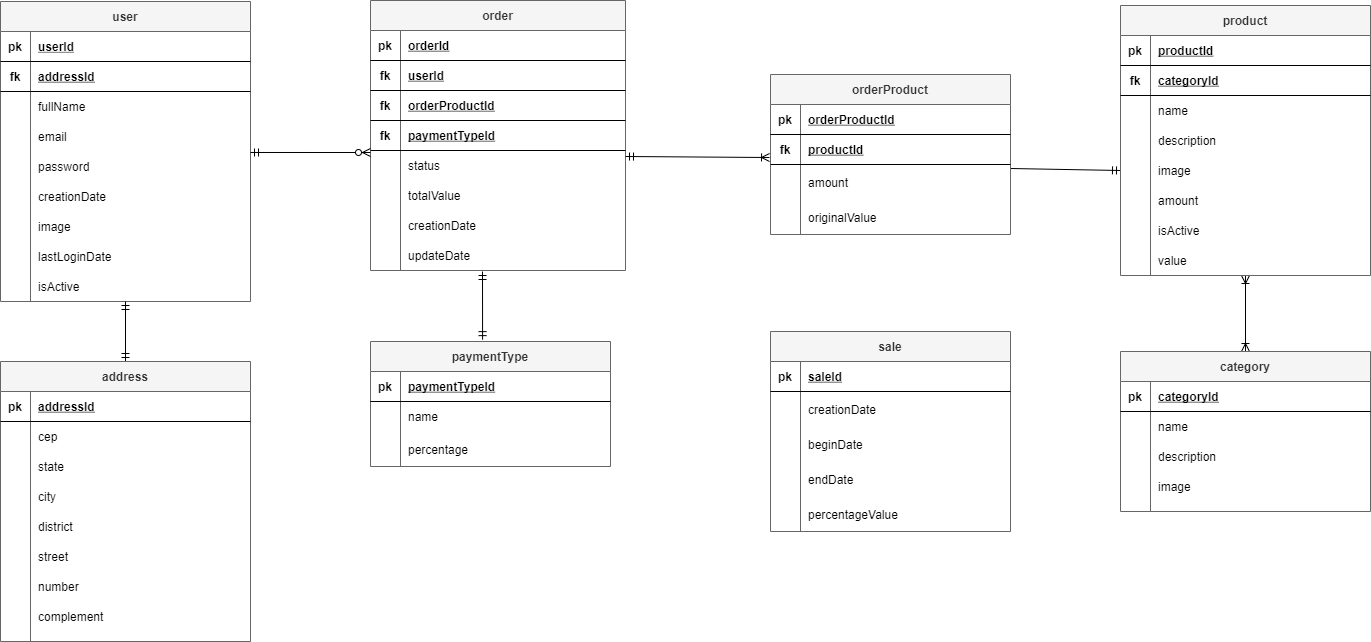
Earlier version of the draw.io export documents/diagrama.png (AdrianaMendes/tcc2-backend). Source tidied: cells renumbered, new cells last; positions are measured from the earlier drawing's top-left corner, leaving out a move shared by most shapes.
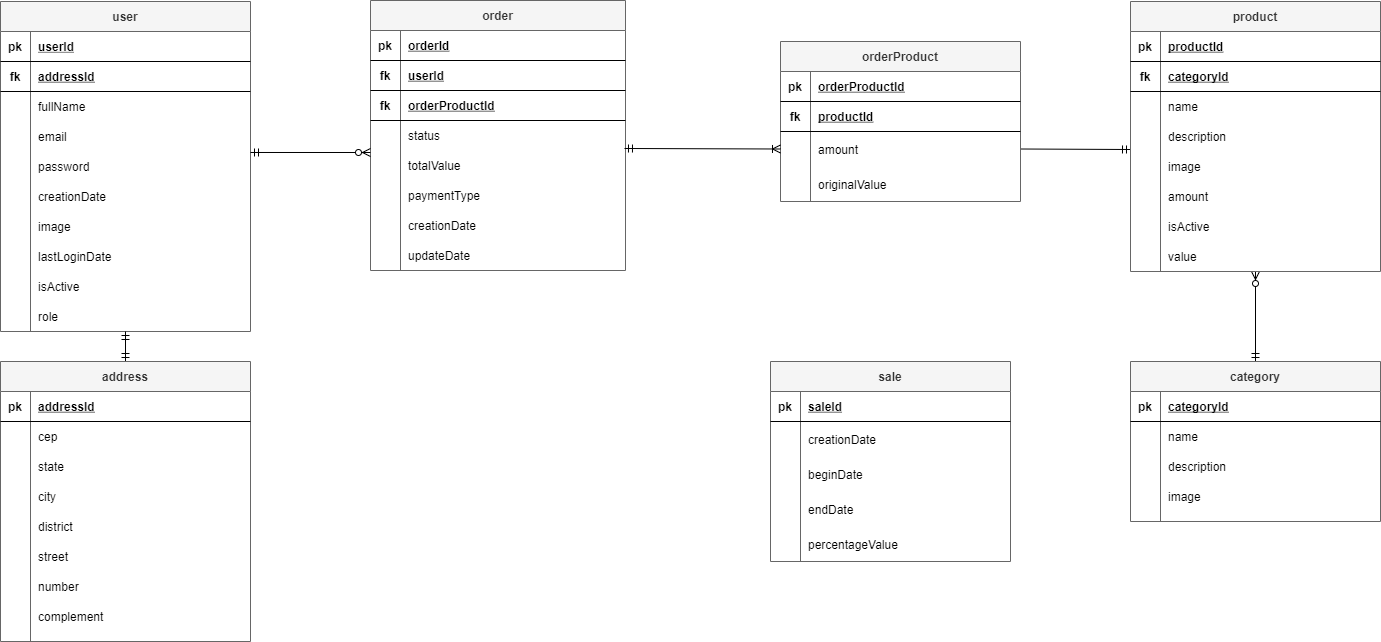
The same diagram one commit later.

What changed in the source:
```diff
@@ -3,7 +3,7 @@
     <mxCell id="0" />
     <mxCell id="1" parent="0" />
     <mxCell id="2" value="user" style="shape=table;startSize=30;rowLines=0;fontStyle=1;align=center;fillColor=#f5f5f5;strokeColor=#666666;fontColor=#333333;" parent="1" vertex="1">
-      <mxGeometry y="1" width="250" height="300" as="geometry" />
+      <mxGeometry y="1" width="250" height="330" as="geometry" />
     </mxCell>
     <mxCell id="3" style="shape=partialRectangle;fillColor=none;top=0;left=0;right=0;bottom=1;" parent="2" vertex="1">
       <mxGeometry y="30" width="250" height="30" as="geometry" />
@@ -86,6 +86,15 @@
     <mxCell id="29" value="isActive" style="shape=partialRectangle;overflow=hidden;fillColor=none;top=0;left=0;bottom=0;right=0;align=left;spacingLeft=6;" parent="27" vertex="1">
       <mxGeometry x="30" width="220" height="30" as="geometry" />
     </mxCell>
+    <mxCell id="165" style="shape=partialRectangle;fillColor=none;top=0;left=0;right=0;bottom=0;" parent="2" vertex="1">
+      <mxGeometry y="300" width="250" height="30" as="geometry" />
+    </mxCell>
+    <mxCell id="166" style="shape=partialRectangle;overflow=hidden;fillColor=none;top=0;left=0;bottom=0;right=0;" parent="165" vertex="1">
+      <mxGeometry width="30" height="30" as="geometry" />
+    </mxCell>
+    <mxCell id="167" value="role" style="shape=partialRectangle;overflow=hidden;fillColor=none;top=0;left=0;bottom=0;right=0;align=left;spacingLeft=6;" parent="165" vertex="1">
+      <mxGeometry x="30" width="220" height="30" as="geometry" />
+    </mxCell>
     <mxCell id="30" style="edgeStyle=none;rounded=0;jettySize=auto;html=1;entryX=0.5;entryY=1;entryDx=0;entryDy=0;endArrow=ERmandOne;endFill=0;startArrow=ERmandOne;startFill=0;" parent="1" edge="1" source="31" target="2">
       <mxGeometry relative="1" as="geometry" />
     </mxCell>
@@ -197,17 +206,8 @@
     <mxCell id="66" value="orderProductId" style="shape=partialRectangle;overflow=hidden;fillColor=none;top=0;left=0;bottom=0;right=0;align=left;spacingLeft=6;fontStyle=5;" parent="64" vertex="1">
       <mxGeometry x="30" width="225" height="30" as="geometry" />
     </mxCell>
-    <mxCell id="67" style="shape=partialRectangle;fillColor=none;top=0;left=0;right=0;bottom=1;" parent="57" vertex="1">
-      <mxGeometry y="120" width="255" height="30" as="geometry" />
-    </mxCell>
-    <mxCell id="68" value="fk" style="shape=partialRectangle;overflow=hidden;fillColor=none;top=0;left=0;bottom=0;right=0;fontStyle=1;" parent="67" vertex="1">
-      <mxGeometry width="30" height="30" as="geometry" />
-    </mxCell>
-    <mxCell id="69" value="paymentTypeId" style="shape=partialRectangle;overflow=hidden;fillColor=none;top=0;left=0;bottom=0;right=0;align=left;spacingLeft=6;fontStyle=5;" parent="67" vertex="1">
-      <mxGeometry x="30" width="225" height="30" as="geometry" />
-    </mxCell>
     <mxCell id="70" style="shape=partialRectangle;fillColor=none;top=0;left=0;right=0;bottom=0;" parent="57" vertex="1">
-      <mxGeometry y="150" width="255" height="30" as="geometry" />
+      <mxGeometry y="120" width="255" height="30" as="geometry" />
     </mxCell>
     <mxCell id="71" style="shape=partialRectangle;overflow=hidden;fillColor=none;top=0;left=0;bottom=0;right=0;" parent="70" vertex="1">
       <mxGeometry width="30" height="30" as="geometry" />
@@ -216,7 +216,7 @@
       <mxGeometry x="30" width="225" height="30" as="geometry" />
     </mxCell>
     <mxCell id="73" style="shape=partialRectangle;fillColor=none;points=[[0,0.5],[1,0.5]];portConstraint=eastwest;top=0;left=0;right=0;bottom=0;" parent="57" vertex="1">
-      <mxGeometry y="180" width="255" height="30" as="geometry" />
+      <mxGeometry y="150" width="255" height="30" as="geometry" />
     </mxCell>
     <mxCell id="74" style="shape=partialRectangle;overflow=hidden;fillColor=none;top=0;left=0;bottom=0;right=0;" parent="73" vertex="1">
       <mxGeometry width="30" height="30" as="geometry" />
@@ -224,6 +224,15 @@
     <mxCell id="75" value="totalValue" style="shape=partialRectangle;overflow=hidden;fillColor=none;top=0;left=0;bottom=0;right=0;align=left;spacingLeft=6;" parent="73" vertex="1">
       <mxGeometry x="30" width="225" height="30" as="geometry" />
     </mxCell>
+    <mxCell id="168" style="shape=partialRectangle;fillColor=none;top=0;left=0;right=0;bottom=0;" parent="57" vertex="1">
+      <mxGeometry y="180" width="255" height="30" as="geometry" />
+    </mxCell>
+    <mxCell id="169" style="shape=partialRectangle;overflow=hidden;fillColor=none;top=0;left=0;bottom=0;right=0;" parent="168" vertex="1">
+      <mxGeometry width="30" height="30" as="geometry" />
+    </mxCell>
+    <mxCell id="154" value="paymentType" style="shape=partialRectangle;overflow=hidden;fillColor=none;top=0;left=0;bottom=0;right=0;align=left;spacingLeft=6;" parent="168" vertex="1">
+      <mxGeometry x="30" width="225" height="30" as="geometry" />
+    </mxCell>
     <mxCell id="76" style="shape=partialRectangle;fillColor=none;top=0;left=0;right=0;bottom=0;" parent="57" vertex="1">
       <mxGeometry y="210" width="255" height="30" as="geometry" />
     </mxCell>
@@ -242,13 +251,13 @@
     <mxCell id="81" value="updateDate" style="shape=partialRectangle;overflow=hidden;fillColor=none;top=0;left=0;bottom=0;right=0;align=left;spacingLeft=6;" parent="79" vertex="1">
       <mxGeometry x="30" width="225" height="30" as="geometry" />
     </mxCell>
-    <mxCell id="82" style="edgeStyle=none;rounded=0;jettySize=auto;html=1;startArrow=none;startFill=0;endArrow=ERmandOne;endFill=0;exitX=1;exitY=0.057;exitDx=0;exitDy=0;exitPerimeter=0;entryX=0;entryY=0.5;entryDx=0;entryDy=0;" parent="1" edge="1" target="110">
+    <mxCell id="82" style="edgeStyle=none;rounded=0;jettySize=auto;html=1;startArrow=none;startFill=0;endArrow=ERmandOne;endFill=0;exitX=1;exitY=0.5;exitDx=0;exitDy=0;" parent="1" edge="1" source="90">
       <mxGeometry relative="1" as="geometry">
-        <mxPoint x="1010" y="168" as="sourcePoint" />
+        <mxPoint x="1130" y="149" as="targetPoint" />
       </mxGeometry>
     </mxCell>
     <mxCell id="83" value="orderProduct" style="shape=table;startSize=30;rowLines=0;fontStyle=1;align=center;fillColor=#f5f5f5;strokeColor=#666666;fontColor=#333333;" parent="1" vertex="1">
-      <mxGeometry x="770" y="74" width="240" height="160" as="geometry" />
+      <mxGeometry x="780" y="41" width="240" height="160" as="geometry" />
     </mxCell>
     <mxCell id="84" style="shape=partialRectangle;fillColor=none;top=0;left=0;right=0;bottom=1;" parent="83" vertex="1">
       <mxGeometry y="30" width="240" height="30" as="geometry" />
@@ -286,11 +295,11 @@
     <mxCell id="95" value="originalValue" style="shape=partialRectangle;overflow=hidden;fillColor=none;top=0;left=0;bottom=0;right=0;align=left;spacingLeft=6;" parent="93" vertex="1">
       <mxGeometry x="30" width="210" height="35" as="geometry" />
     </mxCell>
-    <mxCell id="96" style="edgeStyle=none;rounded=0;jettySize=auto;html=1;entryX=0.5;entryY=0;entryDx=0;entryDy=0;startArrow=ERoneToMany;startFill=0;endArrow=ERoneToMany;endFill=0;" parent="1" edge="1" source="97" target="123">
+    <mxCell id="96" style="edgeStyle=none;rounded=0;jettySize=auto;html=1;entryX=0.5;entryY=0;entryDx=0;entryDy=0;startArrow=ERzeroToMany;startFill=1;endArrow=ERmandOne;endFill=0;" parent="1" edge="1" source="97" target="123">
       <mxGeometry relative="1" as="geometry" />
     </mxCell>
     <mxCell id="97" value="product" style="shape=table;startSize=30;rowLines=0;fontStyle=1;align=center;fillColor=#f5f5f5;strokeColor=#666666;fontColor=#333333;" parent="1" vertex="1">
-      <mxGeometry x="1120" y="5" width="250" height="270" as="geometry" />
+      <mxGeometry x="1130" y="1" width="250" height="270" as="geometry" />
     </mxCell>
     <mxCell id="98" style="shape=partialRectangle;fillColor=none;top=0;left=0;right=0;bottom=1;" parent="97" vertex="1">
       <mxGeometry y="30" width="250" height="30" as="geometry" />
@@ -364,13 +373,11 @@
     <mxCell id="121" value="value" style="shape=partialRectangle;overflow=hidden;fillColor=none;top=0;left=0;bottom=0;right=0;align=left;spacingLeft=6;" parent="119" vertex="1">
       <mxGeometry x="30" width="220" height="30" as="geometry" />
     </mxCell>
-    <mxCell id="122" style="edgeStyle=none;rounded=0;jettySize=auto;html=1;startArrow=ERmandOne;startFill=0;endArrow=ERoneToMany;endFill=0;exitX=1;exitY=0.5;exitDx=0;exitDy=0;entryX=-0.004;entryY=0.767;entryDx=0;entryDy=0;entryPerimeter=0;" parent="1" edge="1" target="87">
-      <mxGeometry relative="1" as="geometry">
-        <mxPoint x="625" y="156" as="sourcePoint" />
-      </mxGeometry>
+    <mxCell id="122" style="edgeStyle=none;rounded=0;jettySize=auto;html=1;startArrow=ERmandOne;startFill=0;endArrow=ERoneToMany;endFill=0;exitX=0.996;exitY=-0.067;exitDx=0;exitDy=0;entryX=0;entryY=0.5;entryDx=0;entryDy=0;exitPerimeter=0;" parent="1" edge="1" source="73" target="90">
+      <mxGeometry relative="1" as="geometry" />
     </mxCell>
     <mxCell id="123" value="category" style="shape=table;startSize=30;rowLines=0;fontStyle=1;align=center;fillColor=#f5f5f5;strokeColor=#666666;fontColor=#333333;" parent="1" vertex="1">
-      <mxGeometry x="1120" y="351" width="250" height="160" as="geometry" />
+      <mxGeometry x="1130" y="361" width="250" height="160" as="geometry" />
     </mxCell>
     <mxCell id="124" style="shape=partialRectangle;fillColor=none;top=0;left=0;right=0;bottom=1;" parent="123" vertex="1">
       <mxGeometry y="30" width="250" height="30" as="geometry" />
@@ -417,7 +424,7 @@
       </mxGeometry>
     </mxCell>
     <mxCell id="138" value="sale" style="shape=table;startSize=30;rowLines=0;fontStyle=1;align=center;fillColor=#f5f5f5;strokeColor=#666666;fontColor=#333333;" parent="1" vertex="1">
-      <mxGeometry x="770" y="331" width="240" height="200" as="geometry" />
+      <mxGeometry x="770" y="361" width="240" height="200" as="geometry" />
     </mxCell>
     <mxCell id="139" style="shape=partialRectangle;fillColor=none;top=0;left=0;right=0;bottom=1;" parent="138" vertex="1">
       <mxGeometry y="30" width="240" height="30" as="geometry" />
@@ -464,40 +471,5 @@
     <mxCell id="153" value="percentageValue" style="shape=partialRectangle;overflow=hidden;fillColor=none;top=0;left=0;bottom=0;right=0;align=left;spacingLeft=6;" parent="151" vertex="1">
       <mxGeometry x="30" width="210" height="35" as="geometry" />
     </mxCell>
-    <mxCell id="154" value="paymentType" style="shape=table;startSize=30;rowLines=0;fontStyle=1;align=center;fillColor=#f5f5f5;strokeColor=#666666;fontColor=#333333;" parent="1" vertex="1">
-      <mxGeometry x="370" y="341" width="240" height="125" as="geometry" />
-    </mxCell>
-    <mxCell id="155" style="shape=partialRectangle;fillColor=none;top=0;left=0;right=0;bottom=1;" parent="154" vertex="1">
-      <mxGeometry y="30" width="240" height="30" as="geometry" />
-    </mxCell>
-    <mxCell id="156" value="pk" style="shape=partialRectangle;overflow=hidden;fillColor=none;top=0;left=0;bottom=0;right=0;fontStyle=1;" parent="155" vertex="1">
-      <mxGeometry width="30" height="30" as="geometry" />
-    </mxCell>
-    <mxCell id="157" value="paymentTypeId" style="shape=partialRectangle;overflow=hidden;fillColor=none;top=0;left=0;bottom=0;right=0;align=left;spacingLeft=6;fontStyle=5;" parent="155" vertex="1">
-      <mxGeometry x="30" width="210" height="30" as="geometry" />
-    </mxCell>
-    <mxCell id="158" style="shape=partialRectangle;fillColor=none;top=0;left=0;right=0;bottom=0;" parent="154" vertex="1">
-      <mxGeometry y="60" width="240" height="30" as="geometry" />
-    </mxCell>
-    <mxCell id="159" style="shape=partialRectangle;overflow=hidden;fillColor=none;top=0;left=0;bottom=0;right=0;" parent="158" vertex="1">
-      <mxGeometry width="30" height="30" as="geometry" />
-    </mxCell>
-    <mxCell id="160" value="name" style="shape=partialRectangle;overflow=hidden;fillColor=none;top=0;left=0;bottom=0;right=0;align=left;spacingLeft=6;" parent="158" vertex="1">
-      <mxGeometry x="30" width="210" height="30" as="geometry" />
-    </mxCell>
-    <mxCell id="161" style="shape=partialRectangle;fillColor=none;top=0;left=0;right=0;bottom=0;" parent="154" vertex="1">
-      <mxGeometry y="90" width="240" height="35" as="geometry" />
-    </mxCell>
-    <mxCell id="162" style="shape=partialRectangle;overflow=hidden;fillColor=none;top=0;left=0;bottom=0;right=0;" parent="161" vertex="1">
-      <mxGeometry width="30" height="35" as="geometry" />
-    </mxCell>
-    <mxCell id="163" value="percentage" style="shape=partialRectangle;overflow=hidden;fillColor=none;top=0;left=0;bottom=0;right=0;align=left;spacingLeft=6;" parent="161" vertex="1">
-      <mxGeometry x="30" width="210" height="35" as="geometry" />
-    </mxCell>
-    <mxCell id="164" style="edgeStyle=none;rounded=0;jettySize=auto;html=1;startArrow=ERmandOne;startFill=0;endArrow=ERmandOne;endFill=0;entryX=0.467;entryY=-0.015;entryDx=0;entryDy=0;entryPerimeter=0;" parent="1" edge="1" target="154">
-      <mxGeometry relative="1" as="geometry">
-        <mxPoint x="482" y="271" as="sourcePoint" />
-      </mxGeometry>
-    </mxCell>
   </root>
 </mxGraphModel>
```
